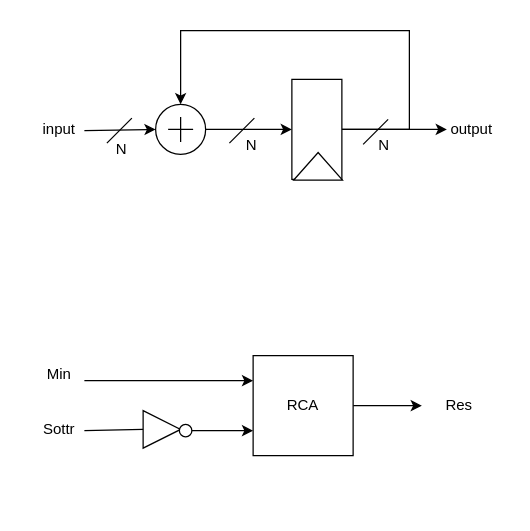
Before: img/model2.drawio in gaiaanastasi/SAD-Image-Calculation, a draw.io diagram. Source tidied: cells renumbered, new cells numbered last; positions are measured from the earlier drawing's top-left corner, leaving out a move shared by most shapes. Both pictures are drawn from the tidied source at 125%, with x=0, y=0 at pixel (21, 30).
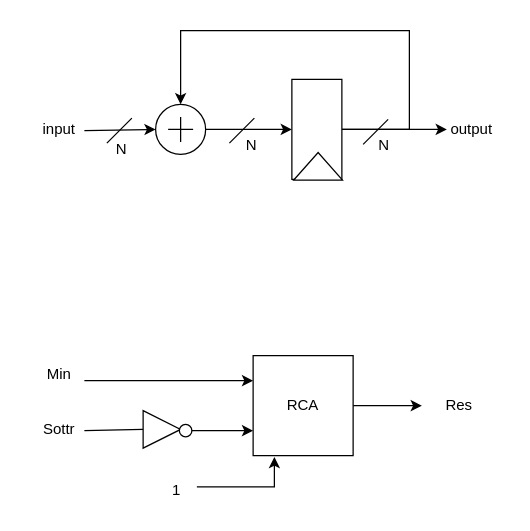
After the change.

Change to the diagram source:
```diff
@@
+    <mxCell id="31" style="endArrow=classic;html=1;rounded=0;" parent="1" edge="1">
+      <mxGeometry relative="1" as="geometry">
+        <mxPoint x="140" y="365" as="sourcePoint" />
+        <mxPoint x="202" y="341" as="targetPoint" />
+        <Array as="points">
+          <mxPoint x="202" y="365" />
+        </Array>
+      </mxGeometry>
+    </mxCell>
+    <mxCell id="32" value="1" style="text;html=1;strokeColor=none;fillColor=none;align=center;verticalAlign=middle;whiteSpace=wrap;rounded=0;" parent="1" vertex="1">
+      <mxGeometry x="94" y="353" width="60" height="30" as="geometry" />
+    </mxCell>
```
